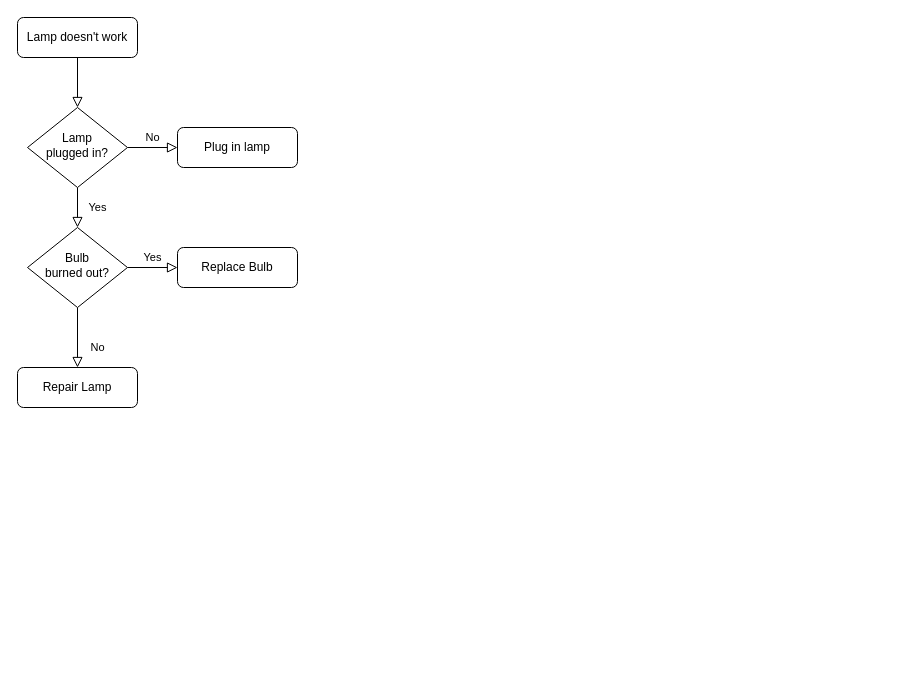
The draw.io diagram NewsBox-2021目标达成-关键决策树.drawio in yzchaogmail/draw-io, before the edit. Source tidied: cells renumbered, new cells numbered last; positions are measured from the earlier drawing's top-left corner, leaving out a move shared by most shapes. Both pictures are drawn from the tidied source at 100%, with x=0, y=0 at pixel (17, 17).
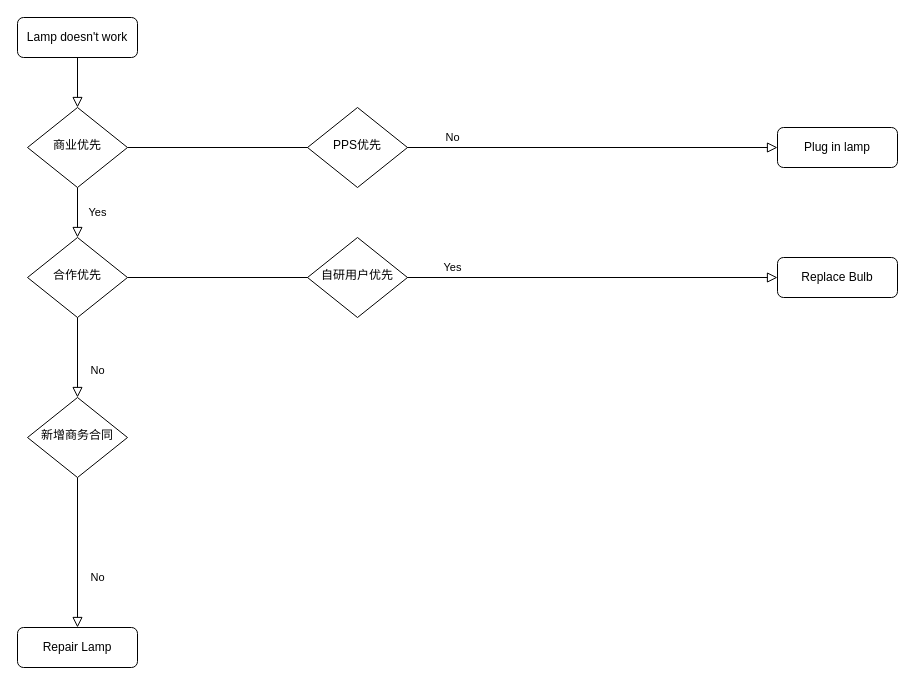
Above is the later version.

Commit message:
Update NewsBox-2021目标达成-关键决策树.drawio

Diff of the diagram source:
```diff
@@
 <mxGraphModel>
   <root>
     <mxCell id="0" />
     <mxCell id="1" parent="0" />
     <mxCell id="2" style="rounded=0;html=1;jettySize=auto;fontSize=11;endArrow=block;endFill=0;endSize=8;strokeWidth=1;shadow=0;labelBackgroundColor=none;edgeStyle=orthogonalEdgeStyle;" parent="1" edge="1" source="3" target="6">
       <mxGeometry relative="1" as="geometry" />
     </mxCell>
     <mxCell id="3" value="Lamp doesn't work" style="rounded=1;whiteSpace=wrap;html=1;fontSize=12;glass=0;strokeWidth=1;shadow=0;" parent="1" vertex="1">
       <mxGeometry width="120" height="40" as="geometry" />
     </mxCell>
     <mxCell id="4" value="Yes" style="rounded=0;html=1;jettySize=auto;fontSize=11;endArrow=block;endFill=0;endSize=8;strokeWidth=1;shadow=0;labelBackgroundColor=none;edgeStyle=orthogonalEdgeStyle;" parent="1" edge="1" source="6" target="10">
       <mxGeometry y="20" relative="1" as="geometry" />
     </mxCell>
     <mxCell id="5" value="No" style="edgeStyle=orthogonalEdgeStyle;rounded=0;html=1;jettySize=auto;fontSize=11;endArrow=block;endFill=0;endSize=8;strokeWidth=1;shadow=0;labelBackgroundColor=none;" parent="1" edge="1" source="6" target="7">
       <mxGeometry y="10" relative="1" as="geometry" />
     </mxCell>
-    <mxCell id="6" value="Lamp&lt;br&gt;plugged in?" style="rhombus;whiteSpace=wrap;html=1;shadow=0;fontFamily=Helvetica;fontSize=12;align=center;strokeWidth=1;spacing=6;spacingTop=-4;" parent="1" vertex="1">
+    <mxCell id="6" value="商业优先" style="rhombus;whiteSpace=wrap;html=1;shadow=0;fontFamily=Helvetica;fontSize=12;align=center;strokeWidth=1;spacing=6;spacingTop=-4;" parent="1" vertex="1">
       <mxGeometry x="10" y="90" width="100" height="80" as="geometry" />
     </mxCell>
     <mxCell id="7" value="Plug in lamp" style="rounded=1;whiteSpace=wrap;html=1;fontSize=12;glass=0;strokeWidth=1;shadow=0;" parent="1" vertex="1">
-      <mxGeometry x="160" y="110" width="120" height="40" as="geometry" />
+      <mxGeometry x="760" y="110" width="120" height="40" as="geometry" />
     </mxCell>
-    <mxCell id="8" value="No" style="rounded=0;html=1;jettySize=auto;fontSize=11;endArrow=block;endFill=0;endSize=8;strokeWidth=1;shadow=0;labelBackgroundColor=none;edgeStyle=orthogonalEdgeStyle;" parent="1" edge="1" source="10" target="11">
+    <mxCell id="8" value="No" style="rounded=0;html=1;jettySize=auto;fontSize=11;endArrow=block;endFill=0;endSize=8;strokeWidth=1;shadow=0;labelBackgroundColor=none;edgeStyle=orthogonalEdgeStyle;" parent="1" edge="1" source="14" target="11">
       <mxGeometry x="0.33" y="20" relative="1" as="geometry" />
     </mxCell>
     <mxCell id="9" value="Yes" style="edgeStyle=orthogonalEdgeStyle;rounded=0;html=1;jettySize=auto;fontSize=11;endArrow=block;endFill=0;endSize=8;strokeWidth=1;shadow=0;labelBackgroundColor=none;" parent="1" edge="1" source="10" target="12">
       <mxGeometry y="10" relative="1" as="geometry" />
     </mxCell>
-    <mxCell id="10" value="Bulb&lt;br&gt;burned out?" style="rhombus;whiteSpace=wrap;html=1;shadow=0;fontFamily=Helvetica;fontSize=12;align=center;strokeWidth=1;spacing=6;spacingTop=-4;" parent="1" vertex="1">
-      <mxGeometry x="10" y="210" width="100" height="80" as="geometry" />
+    <mxCell id="10" value="合作优先" style="rhombus;whiteSpace=wrap;html=1;shadow=0;fontFamily=Helvetica;fontSize=12;align=center;strokeWidth=1;spacing=6;spacingTop=-4;" parent="1" vertex="1">
+      <mxGeometry x="10" y="220" width="100" height="80" as="geometry" />
     </mxCell>
     <mxCell id="11" value="Repair Lamp" style="rounded=1;whiteSpace=wrap;html=1;fontSize=12;glass=0;strokeWidth=1;shadow=0;" parent="1" vertex="1">
-      <mxGeometry y="350" width="120" height="40" as="geometry" />
+      <mxGeometry y="610" width="120" height="40" as="geometry" />
     </mxCell>
     <mxCell id="12" value="Replace Bulb" style="rounded=1;whiteSpace=wrap;html=1;fontSize=12;glass=0;strokeWidth=1;shadow=0;" parent="1" vertex="1">
-      <mxGeometry x="160" y="230" width="120" height="40" as="geometry" />
+      <mxGeometry x="760" y="240" width="120" height="40" as="geometry" />
     </mxCell>
+    <mxCell id="13" value="PPS优先" style="rhombus;whiteSpace=wrap;html=1;shadow=0;fontFamily=Helvetica;fontSize=12;align=center;strokeWidth=1;spacing=6;spacingTop=-4;" parent="1" vertex="1">
+      <mxGeometry x="290" y="90" width="100" height="80" as="geometry" />
+    </mxCell>
+    <mxCell id="14" value="新增商务合同" style="rhombus;whiteSpace=wrap;html=1;shadow=0;fontFamily=Helvetica;fontSize=12;align=center;strokeWidth=1;spacing=6;spacingTop=-4;" parent="1" vertex="1">
+      <mxGeometry x="10" y="380" width="100" height="80" as="geometry" />
+    </mxCell>
+    <mxCell id="15" value="No" style="rounded=0;html=1;jettySize=auto;fontSize=11;endArrow=block;endFill=0;endSize=8;strokeWidth=1;shadow=0;labelBackgroundColor=none;edgeStyle=orthogonalEdgeStyle;" parent="1" edge="1" source="10" target="14">
+      <mxGeometry x="0.33" y="20" relative="1" as="geometry" />
+    </mxCell>
+    <mxCell id="16" value="自研用户优先" style="rhombus;whiteSpace=wrap;html=1;shadow=0;fontFamily=Helvetica;fontSize=12;align=center;strokeWidth=1;spacing=6;spacingTop=-4;" parent="1" vertex="1">
+      <mxGeometry x="290" y="220" width="100" height="80" as="geometry" />
+    </mxCell>
   </root>
 </mxGraphModel>
```
